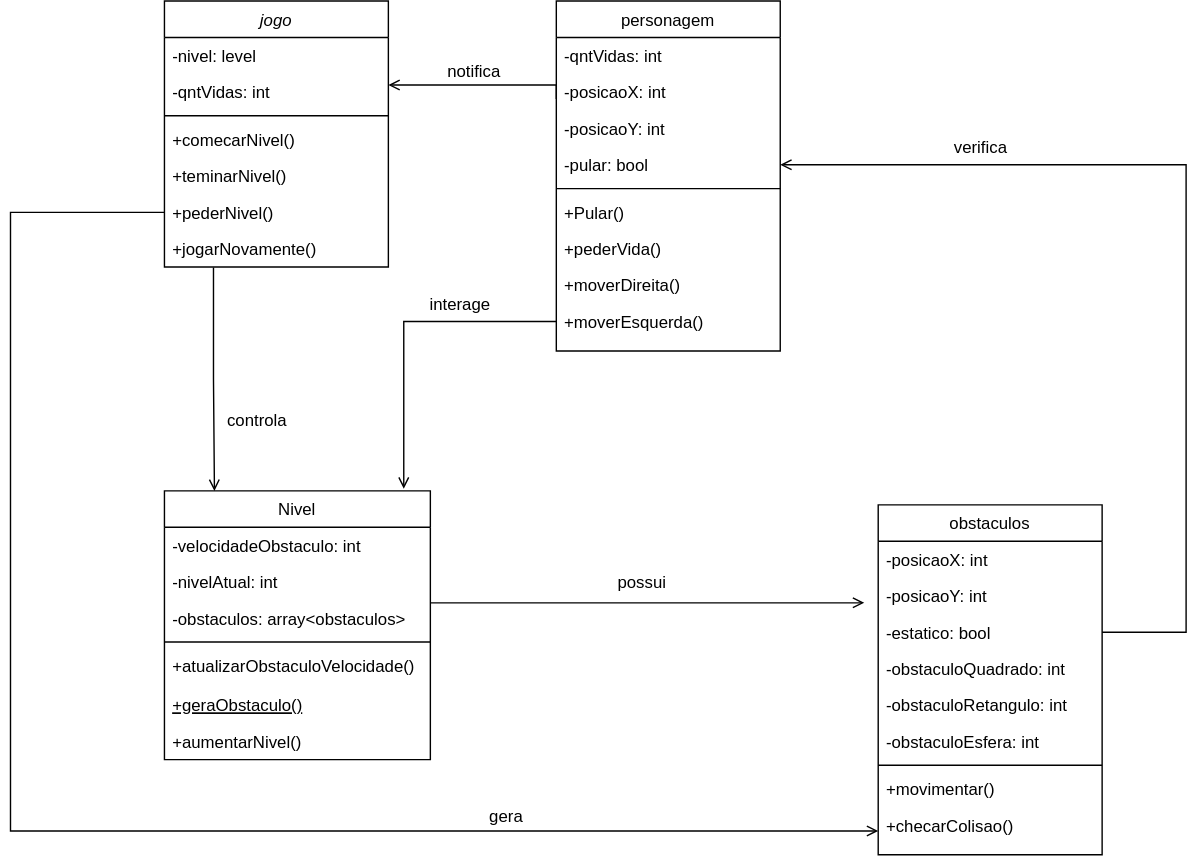
The draw.io diagram Diagramas/Diagrama de Classe Javascript.drawio.svg in KalCastro/Game_Deep, before a commit. Source tidied: cells renumbered, new cells last; positions are measured from the earlier drawing's top-left corner, leaving out a move shared by most shapes.
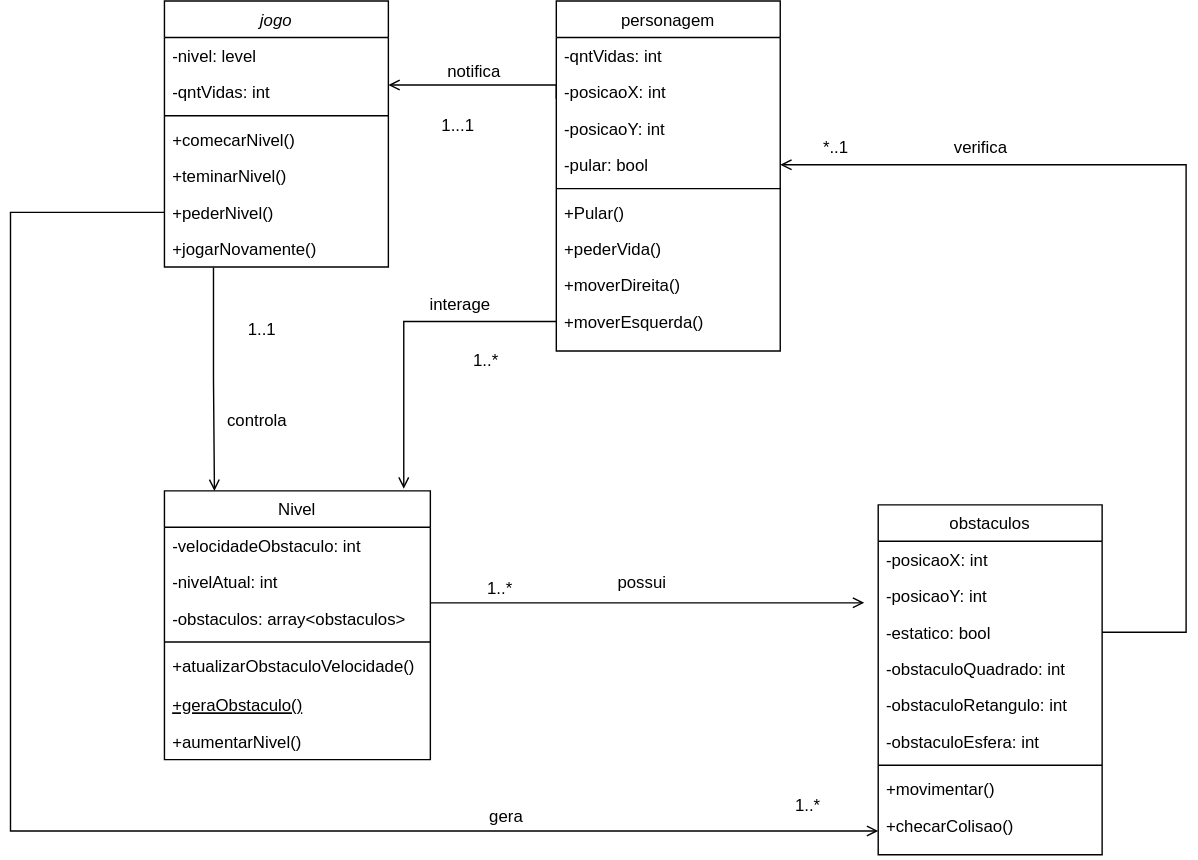
Later version of the same file.

What changed in the source:
```diff
@@ -191,5 +191,23 @@
         <mxPoint x="-82" y="34" as="offset" />
       </mxGeometry>
     </mxCell>
+    <mxCell id="50" value="1...1" style="text;html=1;strokeColor=none;fillColor=none;align=center;verticalAlign=middle;whiteSpace=wrap;rounded=0;" parent="1" vertex="1">
+      <mxGeometry x="290" y="123" width="60" height="30" as="geometry" />
+    </mxCell>
+    <mxCell id="51" value="1..*" style="text;html=1;strokeColor=none;fillColor=none;align=center;verticalAlign=middle;whiteSpace=wrap;rounded=0;" parent="1" vertex="1">
+      <mxGeometry x="310" y="291" width="60" height="30" as="geometry" />
+    </mxCell>
+    <mxCell id="52" value="1..*" style="text;html=1;strokeColor=none;fillColor=none;align=center;verticalAlign=middle;whiteSpace=wrap;rounded=0;" parent="1" vertex="1">
+      <mxGeometry x="320" y="454" width="60" height="30" as="geometry" />
+    </mxCell>
+    <mxCell id="53" value="1..*" style="text;html=1;strokeColor=none;fillColor=none;align=center;verticalAlign=middle;whiteSpace=wrap;rounded=0;" parent="1" vertex="1">
+      <mxGeometry x="540" y="609" width="60" height="30" as="geometry" />
+    </mxCell>
+    <mxCell id="54" value="1..1" style="text;html=1;strokeColor=none;fillColor=none;align=center;verticalAlign=middle;whiteSpace=wrap;rounded=0;" parent="1" vertex="1">
+      <mxGeometry x="150" y="269" width="60" height="30" as="geometry" />
+    </mxCell>
+    <mxCell id="55" value="*..1" style="text;html=1;strokeColor=none;fillColor=none;align=center;verticalAlign=middle;whiteSpace=wrap;rounded=0;" parent="1" vertex="1">
+      <mxGeometry x="560" y="139" width="60" height="30" as="geometry" />
+    </mxCell>
   </root>
 </mxGraphModel>
```
